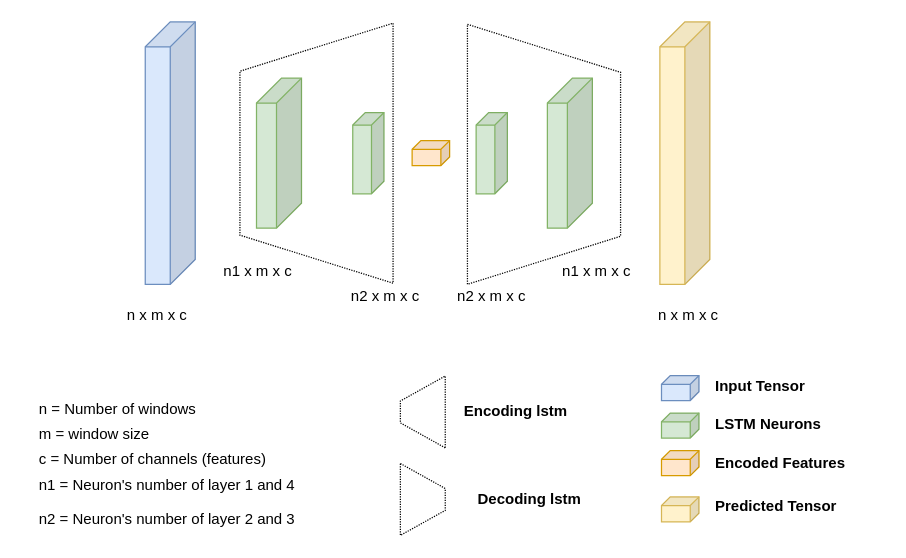
Earlier version of the draw.io diagram paper/main/images/architecture.drawio (rzimmerdev/rl-mm). Source tidied: cells renumbered, new cells numbered last; positions are measured from the earlier drawing's top-left corner, leaving out a move shared by most shapes. Both pictures are drawn from the tidied source at 125%, with x=0, y=0 at pixel (21, 21).
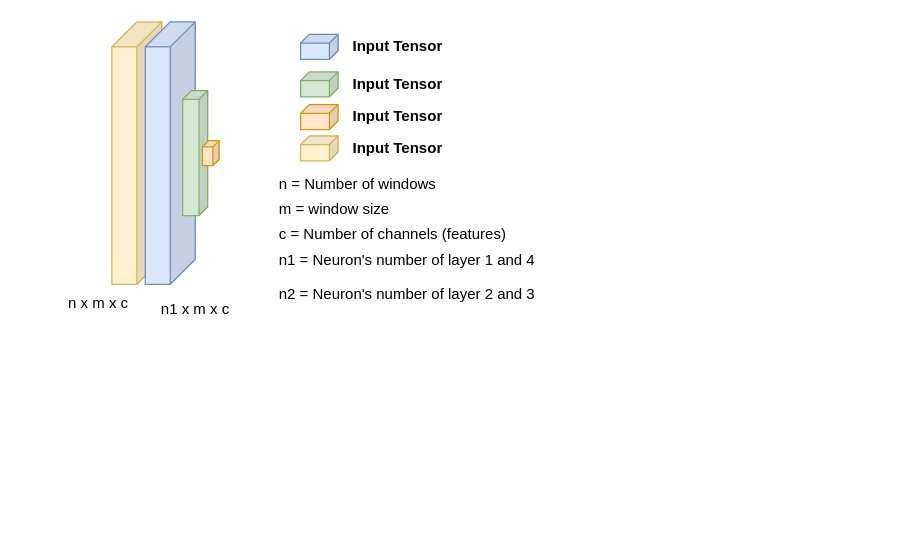
After the change.

What changed in the source:
```diff
@@
+    <mxCell id="12" style="shape=cube;whiteSpace=wrap;html=1;boundedLbl=1;backgroundOutline=1;darkOpacity=0.05;darkOpacity2=0.1;size=20;direction=east;flipH=1;fillColor=#fff2cc;strokeColor=#d6b656;" parent="1" vertex="1">
+      <mxGeometry x="72" width="40" height="210" as="geometry" />
+    </mxCell>
@@
-    <mxCell id="3" style="shape=cube;whiteSpace=wrap;html=1;boundedLbl=1;backgroundOutline=1;darkOpacity=0.05;darkOpacity2=0.1;size=20;direction=east;flipH=1;fillColor=#d5e8d4;strokeColor=#82b366;" parent="1" vertex="1">
-      <mxGeometry x="187.7" y="45" width="36" height="120" as="geometry" />
+    <mxCell id="3" style="shape=cube;whiteSpace=wrap;html=1;boundedLbl=1;backgroundOutline=1;darkOpacity=0.05;darkOpacity2=0.1;size=7;direction=east;flipH=1;fillColor=#d5e8d4;strokeColor=#82b366;" parent="1" vertex="1">
+      <mxGeometry x="128.7" y="55" width="20" height="100" as="geometry" />
     </mxCell>
-    <mxCell id="4" style="shape=cube;whiteSpace=wrap;html=1;boundedLbl=1;backgroundOutline=1;darkOpacity=0.05;darkOpacity2=0.1;size=10;direction=east;flipH=1;fillColor=#d5e8d4;strokeColor=#82b366;" parent="1" vertex="1">
-      <mxGeometry x="264.7" y="72.5" width="25" height="65" as="geometry" />
-    </mxCell>
-    <mxCell id="5" style="shape=cube;whiteSpace=wrap;html=1;boundedLbl=1;backgroundOutline=1;darkOpacity=0.05;darkOpacity2=0.1;size=7;direction=east;flipH=1;fillColor=#dae8fc;strokeColor=#6c8ebf;" parent="1" vertex="1">
-      <mxGeometry x="511.7" y="282.9" width="30" height="20" as="geometry" />
+    <mxCell id="5" value="&lt;span style=&quot;font-weight: 700; text-align: left;&quot;&gt;Input Tensor&lt;/span&gt;" style="shape=cube;html=1;boundedLbl=1;backgroundOutline=1;darkOpacity=0.05;darkOpacity2=0.1;size=7;direction=east;flipH=1;fillColor=#dae8fc;strokeColor=#6c8ebf;labelPosition=right;verticalLabelPosition=middle;align=left;verticalAlign=middle;spacingLeft=10;" parent="1" vertex="1">
+      <mxGeometry x="223" y="10" width="30" height="20" as="geometry" />
     </mxCell>
-    <mxCell id="6" style="shape=cube;whiteSpace=wrap;html=1;boundedLbl=1;backgroundOutline=1;darkOpacity=0.05;darkOpacity2=0.1;size=7;direction=east;flipH=1;fillColor=#d5e8d4;strokeColor=#82b366;" parent="1" vertex="1">
-      <mxGeometry x="511.7" y="312.9" width="30" height="20" as="geometry" />
-    </mxCell>
-    <mxCell id="7" style="shape=cube;whiteSpace=wrap;html=1;boundedLbl=1;backgroundOutline=1;darkOpacity=0.05;darkOpacity2=0.1;size=7;direction=east;flipH=1;fillColor=#ffe6cc;strokeColor=#d79b00;" parent="1" vertex="1">
-      <mxGeometry x="312.2" y="95" width="30" height="20" as="geometry" />
+    <mxCell id="7" style="shape=cube;whiteSpace=wrap;html=1;boundedLbl=1;backgroundOutline=1;darkOpacity=0.05;darkOpacity2=0.1;size=5;direction=east;flipH=1;fillColor=#ffe6cc;strokeColor=#d79b00;" parent="1" vertex="1">
+      <mxGeometry x="144.5" y="95" width="13.3" height="20" as="geometry" />
     </mxCell>
     <mxCell id="8" value="n x m x c" style="text;html=1;strokeColor=none;fillColor=none;align=center;verticalAlign=middle;whiteSpace=wrap;rounded=0;" parent="1" vertex="1">
-      <mxGeometry x="58.7" y="220" width="99" height="30" as="geometry" />
+      <mxGeometry x="12" y="210" width="99" height="30" as="geometry" />
     </mxCell>
-    <mxCell id="9" value="Input Tensor" style="text;html=1;strokeColor=none;fillColor=none;align=left;verticalAlign=middle;whiteSpace=wrap;rounded=0;fontStyle=1;" parent="1" vertex="1">
-      <mxGeometry x="552.7" y="280" width="138" height="23.9" as="geometry" />
-    </mxCell>
-    <mxCell id="10" value="LSTM Neurons" style="text;html=1;strokeColor=none;fillColor=none;align=left;verticalAlign=middle;whiteSpace=wrap;rounded=0;fontStyle=1;" parent="1" vertex="1">
-      <mxGeometry x="552.7" y="310" width="138" height="23.9" as="geometry" />
-    </mxCell>
-    <mxCell id="11" value="Encoded Features" style="text;html=1;strokeColor=none;fillColor=none;align=left;verticalAlign=middle;whiteSpace=wrap;rounded=0;fontStyle=1;" parent="1" vertex="1">
-      <mxGeometry x="552.7" y="341.1" width="138" height="23.9" as="geometry" />
-    </mxCell>
-    <mxCell id="12" style="shape=cube;whiteSpace=wrap;html=1;boundedLbl=1;backgroundOutline=1;darkOpacity=0.05;darkOpacity2=0.1;size=20;direction=east;flipH=1;fillColor=#fff2cc;strokeColor=#d6b656;" parent="1" vertex="1">
-      <mxGeometry x="510.4" width="40" height="210" as="geometry" />
-    </mxCell>
-    <mxCell id="13" style="shape=cube;whiteSpace=wrap;html=1;boundedLbl=1;backgroundOutline=1;darkOpacity=0.05;darkOpacity2=0.1;size=10;direction=east;flipH=1;fillColor=#d5e8d4;strokeColor=#82b366;" parent="1" vertex="1">
-      <mxGeometry x="363.4" y="72.5" width="25" height="65" as="geometry" />
-    </mxCell>
-    <mxCell id="14" style="shape=cube;whiteSpace=wrap;html=1;boundedLbl=1;backgroundOutline=1;darkOpacity=0.05;darkOpacity2=0.1;size=20;direction=east;flipH=1;fillColor=#d5e8d4;strokeColor=#82b366;" parent="1" vertex="1">
-      <mxGeometry x="420.4" y="45" width="36" height="120" as="geometry" />
-    </mxCell>
-    <mxCell id="15" style="shape=cube;whiteSpace=wrap;html=1;boundedLbl=1;backgroundOutline=1;darkOpacity=0.05;darkOpacity2=0.1;size=7;direction=east;flipH=1;fillColor=#ffe6cc;strokeColor=#d79b00;" parent="1" vertex="1">
-      <mxGeometry x="511.7" y="343" width="30" height="20" as="geometry" />
-    </mxCell>
-    <mxCell id="16" style="shape=cube;whiteSpace=wrap;html=1;boundedLbl=1;backgroundOutline=1;darkOpacity=0.05;darkOpacity2=0.1;size=7;direction=east;flipH=1;fillColor=#fff2cc;strokeColor=#d6b656;" parent="1" vertex="1">
-      <mxGeometry x="511.7" y="380" width="30" height="20" as="geometry" />
-    </mxCell>
-    <mxCell id="17" value="Predicted Tensor" style="text;html=1;strokeColor=none;fillColor=none;align=left;verticalAlign=middle;whiteSpace=wrap;rounded=0;fontStyle=1;" parent="1" vertex="1">
-      <mxGeometry x="552.7" y="376.1" width="138" height="23.9" as="geometry" />
-    </mxCell>
-    <mxCell id="18" style="shape=trapezoid;perimeter=trapezoidPerimeter;whiteSpace=wrap;html=1;fixedSize=1;rotation=-90;dashed=1;dashPattern=1 1;fillColor=none;direction=west;size=38.41000000000008;" parent="1" vertex="1">
-      <mxGeometry x="313.7" y="44.7" width="208" height="122.5" as="geometry" />
-    </mxCell>
-    <mxCell id="19" value="&lt;b&gt;Encoding lstm&amp;nbsp;&lt;/b&gt;" style="text;html=1;strokeColor=none;fillColor=none;align=center;verticalAlign=middle;whiteSpace=wrap;rounded=0;dashed=1;dashPattern=1 1;" parent="1" vertex="1">
-      <mxGeometry x="338.5" y="302" width="116" height="20" as="geometry" />
-    </mxCell>
-    <mxCell id="20" value="&lt;b&gt;Decoding lstm&amp;nbsp;&lt;/b&gt;" style="text;html=1;strokeColor=none;fillColor=none;align=center;verticalAlign=middle;whiteSpace=wrap;rounded=0;dashed=1;dashPattern=1 1;" parent="1" vertex="1">
-      <mxGeometry x="349.5" y="372" width="116" height="20" as="geometry" />
-    </mxCell>
-    <mxCell id="21" style="shape=trapezoid;perimeter=trapezoidPerimeter;whiteSpace=wrap;html=1;fixedSize=1;dashed=1;dashPattern=1 1;fillColor=none;rotation=-90;" parent="1" vertex="1">
-      <mxGeometry x="292" y="294.1" width="57.5" height="35.9" as="geometry" />
-    </mxCell>
-    <mxCell id="22" style="shape=trapezoid;perimeter=trapezoidPerimeter;whiteSpace=wrap;html=1;fixedSize=1;rotation=90;dashed=1;dashPattern=1 1;fillColor=none;direction=west;size=38.41000000000008;" parent="1" vertex="1">
-      <mxGeometry x="131.7" y="43.8" width="208" height="122.5" as="geometry" />
-    </mxCell>
-    <mxCell id="23" style="shape=trapezoid;perimeter=trapezoidPerimeter;whiteSpace=wrap;html=1;fixedSize=1;dashed=1;dashPattern=1 1;fillColor=none;rotation=-90;direction=west;" parent="1" vertex="1">
-      <mxGeometry x="292" y="364.1" width="57.5" height="35.9" as="geometry" />
-    </mxCell>
-    <mxCell id="24" value="n x m x c" style="text;html=1;strokeColor=none;fillColor=none;align=center;verticalAlign=middle;whiteSpace=wrap;rounded=0;" parent="1" vertex="1">
-      <mxGeometry x="483.7" y="220" width="99" height="30" as="geometry" />
-    </mxCell>
     <mxCell id="25" value="n1 x m x c" style="text;html=1;strokeColor=none;fillColor=none;align=center;verticalAlign=middle;whiteSpace=wrap;rounded=0;dashed=1;dashPattern=1 1;" parent="1" vertex="1">
-      <mxGeometry x="148.7" y="190" width="80" height="20" as="geometry" />
+      <mxGeometry x="98.7" y="220" width="80" height="20" as="geometry" />
     </mxCell>
-    <mxCell id="26" value="n2&amp;nbsp;x m x c" style="text;html=1;strokeColor=none;fillColor=none;align=center;verticalAlign=middle;whiteSpace=wrap;rounded=0;dashed=1;dashPattern=1 1;" parent="1" vertex="1">
-      <mxGeometry x="250.7" y="210" width="80" height="20" as="geometry" />
-    </mxCell>
-    <mxCell id="27" value="n2&amp;nbsp;x m x c" style="text;html=1;strokeColor=none;fillColor=none;align=center;verticalAlign=middle;whiteSpace=wrap;rounded=0;dashed=1;dashPattern=1 1;" parent="1" vertex="1">
-      <mxGeometry x="335.9" y="210" width="80" height="20" as="geometry" />
-    </mxCell>
-    <mxCell id="28" value="n1 x m x c" style="text;html=1;strokeColor=none;fillColor=none;align=center;verticalAlign=middle;whiteSpace=wrap;rounded=0;dashed=1;dashPattern=1 1;" parent="1" vertex="1">
-      <mxGeometry x="420.4" y="190" width="80" height="20" as="geometry" />
-    </mxCell>
     <mxCell id="29" value="n = Number of windows&amp;nbsp;" style="text;html=1;strokeColor=none;fillColor=none;align=center;verticalAlign=middle;whiteSpace=wrap;rounded=0;dashed=1;dashPattern=1 1;" parent="1" vertex="1">
-      <mxGeometry y="300" width="156.5" height="20" as="geometry" />
+      <mxGeometry x="192" y="120" width="156.5" height="20" as="geometry" />
     </mxCell>
     <mxCell id="30" value="m = window size&amp;nbsp;&amp;nbsp;" style="text;html=1;strokeColor=none;fillColor=none;align=left;verticalAlign=middle;whiteSpace=wrap;rounded=0;dashed=1;dashPattern=1 1;" parent="1" vertex="1">
-      <mxGeometry x="12" y="320" width="140" height="20" as="geometry" />
+      <mxGeometry x="204" y="140" width="140" height="20" as="geometry" />
     </mxCell>
     <mxCell id="31" value="c = Number of channels (features)&amp;nbsp;" style="text;html=1;strokeColor=none;fillColor=none;align=left;verticalAlign=middle;whiteSpace=wrap;rounded=0;dashed=1;dashPattern=1 1;" parent="1" vertex="1">
-      <mxGeometry x="12" y="340" width="211" height="20" as="geometry" />
+      <mxGeometry x="204" y="160" width="211" height="20" as="geometry" />
     </mxCell>
     <mxCell id="32" value="n1 = Neuron's number of layer 1 and 4&amp;nbsp;" style="text;html=1;strokeColor=none;fillColor=none;align=left;verticalAlign=middle;whiteSpace=wrap;rounded=0;dashed=1;dashPattern=1 1;" parent="1" vertex="1">
-      <mxGeometry x="12" y="361.1" width="221" height="20" as="geometry" />
+      <mxGeometry x="204" y="181.1" width="221" height="20" as="geometry" />
     </mxCell>
     <mxCell id="33" value="n2 = Neuron's number of layer 2 and 3&amp;nbsp;" style="text;html=1;strokeColor=none;fillColor=none;align=left;verticalAlign=middle;whiteSpace=wrap;rounded=0;dashed=1;dashPattern=1 1;" parent="1" vertex="1">
-      <mxGeometry x="12" y="388.2" width="221" height="20" as="geometry" />
+      <mxGeometry x="204" y="208.2" width="221" height="20" as="geometry" />
     </mxCell>
+    <mxCell id="34" value="&lt;span style=&quot;font-weight: 700; text-align: left;&quot;&gt;Input Tensor&lt;/span&gt;" style="shape=cube;html=1;boundedLbl=1;backgroundOutline=1;darkOpacity=0.05;darkOpacity2=0.1;size=7;direction=east;flipH=1;fillColor=#D5E8D4;strokeColor=#82B366;labelPosition=right;verticalLabelPosition=middle;align=left;verticalAlign=middle;spacingLeft=10;" parent="1" vertex="1">
+      <mxGeometry x="223" y="40" width="30" height="20" as="geometry" />
+    </mxCell>
+    <mxCell id="35" value="&lt;span style=&quot;font-weight: 700; text-align: left;&quot;&gt;Input Tensor&lt;/span&gt;" style="shape=cube;html=1;boundedLbl=1;backgroundOutline=1;darkOpacity=0.05;darkOpacity2=0.1;size=7;direction=east;flipH=1;fillColor=#FFE6CC;strokeColor=#D79B00;labelPosition=right;verticalLabelPosition=middle;align=left;verticalAlign=middle;spacingLeft=10;" parent="1" vertex="1">
+      <mxGeometry x="223" y="66.1" width="30" height="20" as="geometry" />
+    </mxCell>
+    <mxCell id="36" value="&lt;span style=&quot;font-weight: 700; text-align: left;&quot;&gt;Input Tensor&lt;/span&gt;" style="shape=cube;html=1;boundedLbl=1;backgroundOutline=1;darkOpacity=0.05;darkOpacity2=0.1;size=7;direction=east;flipH=1;fillColor=#FFF2CC;strokeColor=#D6B656;labelPosition=right;verticalLabelPosition=middle;align=left;verticalAlign=middle;spacingLeft=10;" parent="1" vertex="1">
+      <mxGeometry x="223" y="91.1" width="30" height="20" as="geometry" />
+    </mxCell>
```
